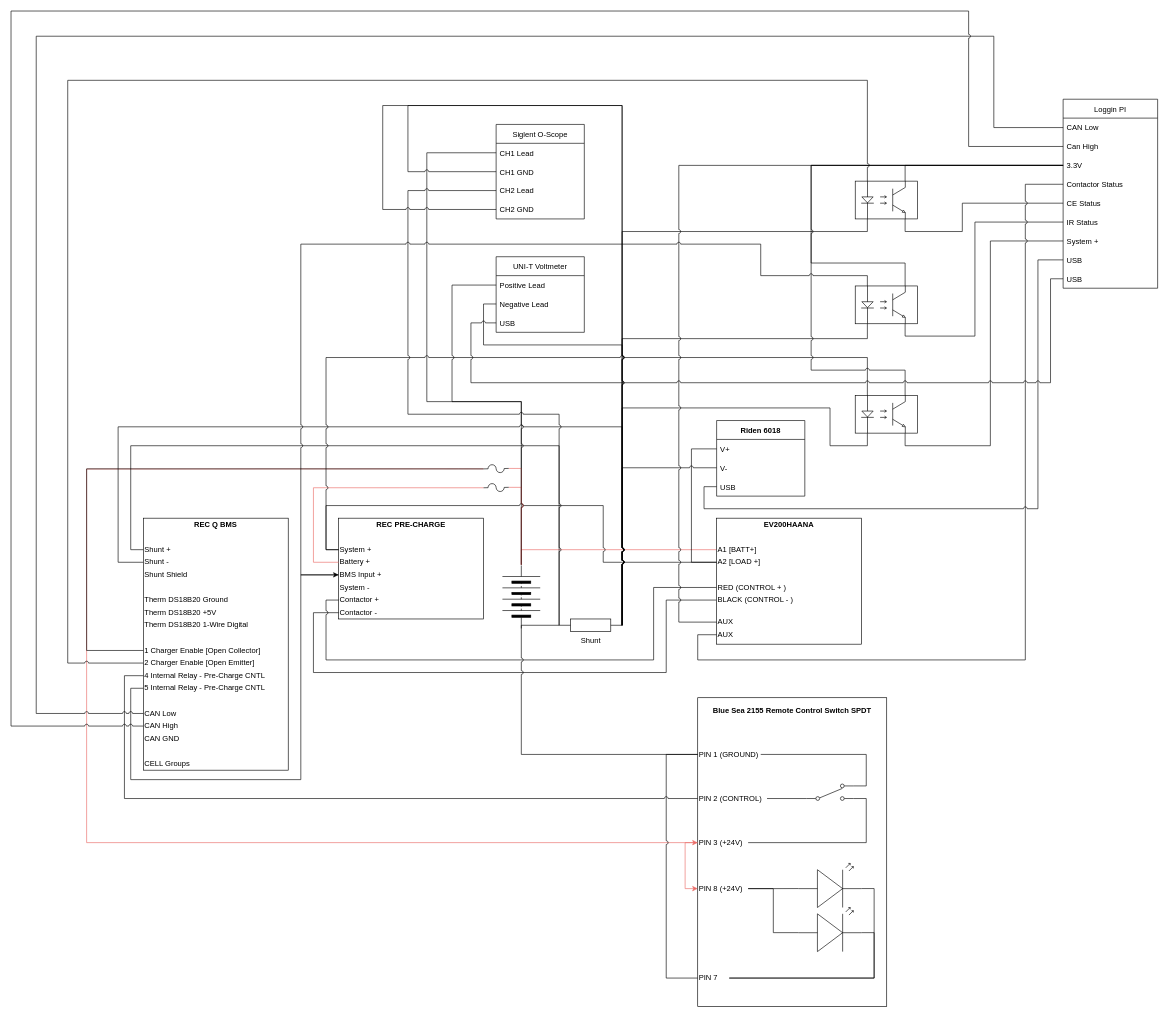
natecostello/van_two_point_oh keeps this draw.io diagram as page "Default" (1 of 2) of blog/2022-2-9-battery-assembly-initial-charge/initial-balance-precharge-wiring.drawio. Above is the earlier version. Source tidied: cells renumbered, new cells numbered last; positions are measured from the earlier drawing's top-left corner, leaving out a move shared by most shapes. Both pictures are drawn from the tidied source at 63%, with x=0, y=0 at pixel (11, 11).
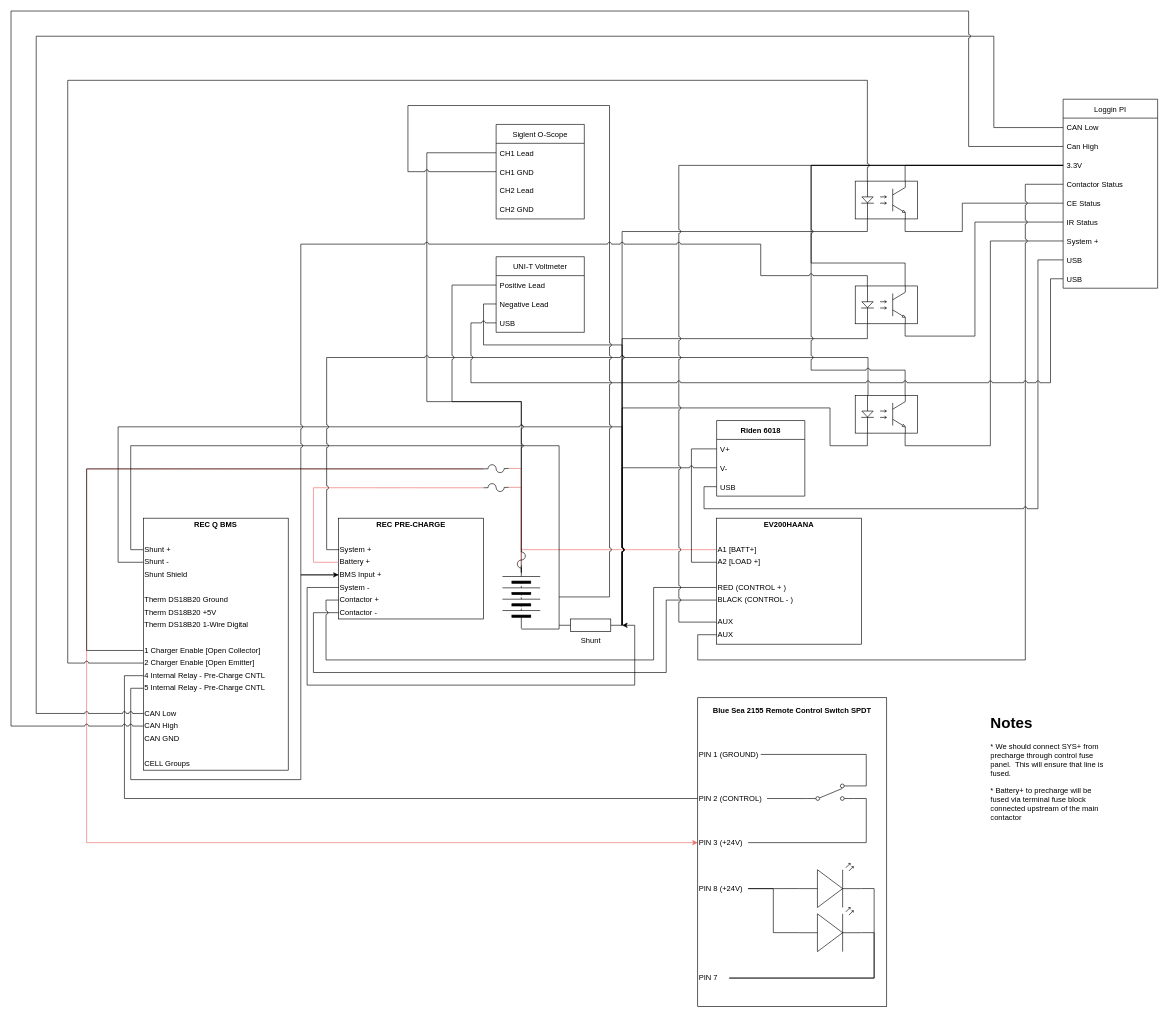
The same diagram, later.

Commit message (it also covers changes not shown here):
updated notes and added flat bracket design

Unchanged cells that the change refers to:
```xml
<mxCell id="6" value="System +" style="text;html=1;strokeColor=none;fillColor=none;align=left;verticalAlign=middle;whiteSpace=wrap;rounded=0;" parent="3" vertex="1">
  <mxGeometry y="40" width="200" height="20" as="geometry" />
</mxCell>
<mxCell id="9" value="System -" style="text;html=1;strokeColor=none;fillColor=none;align=left;verticalAlign=middle;whiteSpace=wrap;rounded=0;" parent="3" vertex="1">
  <mxGeometry y="100" width="200" height="20" as="geometry" />
</mxCell>
<mxCell id="15" style="verticalLabelPosition=bottom;shadow=0;dashed=0;align=center;html=1;verticalAlign=top;shape=mxgraph.electrical.miscellaneous.batteryStack;rotation=-90;perimeterSpacing=1;fillColor=#000000;" parent="1" vertex="1">
  <mxGeometry x="760" y="900" width="100" height="60" as="geometry" />
</mxCell>
<mxCell id="39" value="A1 [BATT+]" style="text;html=1;strokeColor=none;fillColor=none;align=left;verticalAlign=middle;whiteSpace=wrap;rounded=0;" parent="37" vertex="1">
  <mxGeometry y="40" width="200" height="20" as="geometry" />
</mxCell>
<mxCell id="41" value="A2 [LOAD +]" style="text;html=1;strokeColor=none;fillColor=none;align=left;verticalAlign=middle;whiteSpace=wrap;rounded=0;" parent="37" vertex="1">
  <mxGeometry y="60" width="200" height="20" as="geometry" />
</mxCell>
<mxCell id="46" style="group;" parent="1" vertex="1">
  <mxGeometry x="1090" y="1090" width="300" height="490" as="geometry" />
</mxCell>
<mxCell id="53" value="PIN 8 (+24V)" style="text;html=1;strokeColor=none;fillColor=none;align=left;verticalAlign=middle;whiteSpace=wrap;rounded=0;" parent="46" vertex="1">
  <mxGeometry y="293" width="80" height="20" as="geometry" />
</mxCell>
<mxCell id="55" value="PIN 7" style="text;html=1;strokeColor=none;fillColor=none;align=left;verticalAlign=middle;whiteSpace=wrap;rounded=0;" parent="46" vertex="1">
  <mxGeometry y="435" width="50" height="20" as="geometry" />
</mxCell>
<mxCell id="59" value="PIN 3 (+24V)" style="text;html=1;strokeColor=none;fillColor=none;align=left;verticalAlign=middle;whiteSpace=wrap;rounded=0;" parent="46" vertex="1">
  <mxGeometry y="220" width="80" height="20" as="geometry" />
</mxCell>
<mxCell id="63" value="PIN 1 (GROUND)" style="text;html=1;strokeColor=none;fillColor=none;align=left;verticalAlign=middle;whiteSpace=wrap;rounded=0;" parent="46" vertex="1">
  <mxGeometry y="80" width="100" height="20" as="geometry" />
</mxCell>
<mxCell id="71" style="verticalLabelPosition=bottom;shadow=0;dashed=0;align=center;html=1;verticalAlign=top;shape=mxgraph.electrical.miscellaneous.fuse_4;rotation=-181;" parent="1" vertex="1">
  <mxGeometry x="750" y="720" width="40" height="12.8" as="geometry" />
</mxCell>
<mxCell id="81" value="Shunt" style="verticalLabelPosition=bottom;shadow=0;dashed=0;align=center;html=1;verticalAlign=top;shape=mxgraph.electrical.resistors.resistor_1;" parent="1" vertex="1">
  <mxGeometry x="870" y="965" width="100" height="20" as="geometry" />
</mxCell>
<mxCell id="104" style="verticalLabelPosition=bottom;shadow=0;dashed=0;align=center;html=1;verticalAlign=top;shape=mxgraph.electrical.opto_electronics.opto-coupler;" parent="1" vertex="1">
  <mxGeometry x="1340" y="610" width="99" height="60" as="geometry" />
</mxCell>
<mxCell id="112" value="Positive Lead" style="text;strokeColor=none;fillColor=none;align=left;verticalAlign=middle;spacingLeft=4;spacingRight=4;overflow=hidden;points=[[0,0.5],[1,0.5]];portConstraint=eastwest;" parent="111" vertex="1">
  <mxGeometry y="30" width="140" height="30" as="geometry" />
</mxCell>
<mxCell id="120" value="CH1 GND" style="text;strokeColor=none;fillColor=none;align=left;verticalAlign=middle;spacingLeft=4;spacingRight=4;overflow=hidden;points=[[0,0.5],[1,0.5]];portConstraint=eastwest;" parent="118" vertex="1">
  <mxGeometry y="60" width="140" height="30" as="geometry" />
</mxCell>
<mxCell id="121" value="CH2 Lead" style="text;strokeColor=none;fillColor=none;align=left;verticalAlign=middle;spacingLeft=4;spacingRight=4;overflow=hidden;points=[[0,0.5],[1,0.5]];portConstraint=eastwest;" parent="118" vertex="1">
  <mxGeometry y="90" width="140" height="30" as="geometry" />
</mxCell>
<mxCell id="122" value="CH2 GND" style="text;strokeColor=none;fillColor=none;align=left;verticalAlign=middle;spacingLeft=4;spacingRight=4;overflow=hidden;points=[[0,0.5],[1,0.5]];portConstraint=eastwest;" parent="118" vertex="1">
  <mxGeometry y="120" width="140" height="30" as="geometry" />
</mxCell>
```

What changed in the source:
```diff
@@
-    <mxCell id="12" style="edgeStyle=orthogonalEdgeStyle;rounded=0;jettySize=auto;html=1;exitX=1;exitY=0.5;exitDx=0;exitDy=0;entryX=0;entryY=0.5;entryDx=0;entryDy=0;startArrow=none;startFill=0;strokeColor=#EA6B66;endArrow=none;endFill=0;" parent="1" edge="1" source="15" target="39">
+    <mxCell id="12" style="edgeStyle=orthogonalEdgeStyle;rounded=0;jettySize=auto;html=1;exitX=1;exitY=0.5;exitDx=0;exitDy=0;entryX=0;entryY=0.5;entryDx=0;entryDy=0;startArrow=none;startFill=0;strokeColor=#EA6B66;endArrow=none;endFill=0;exitPerimeter=0;" parent="1" edge="1" source="132" target="39">
       <mxGeometry relative="1" as="geometry">
         <Array as="points">
           <mxPoint x="810" y="855" />
         </Array>
       </mxGeometry>
     </mxCell>
@@
-    <mxCell id="16" style="edgeStyle=orthogonalEdgeStyle;rounded=0;jettySize=auto;html=1;exitX=0;exitY=0.5;exitDx=0;exitDy=0;entryX=0;entryY=0.5;entryDx=0;entryDy=0;jumpStyle=arc;endArrow=none;endFill=0;" parent="1" edge="1" source="41" target="6">
-      <mxGeometry relative="1" as="geometry">
-        <Array as="points">
-          <mxPoint x="940" y="875" />
-          <mxPoint x="940" y="785" />
-          <mxPoint x="500" y="785" />
-          <mxPoint x="500" y="855" />
-        </Array>
-      </mxGeometry>
-    </mxCell>
@@
-    <mxCell id="54" style="edgeStyle=orthogonalEdgeStyle;rounded=0;jumpStyle=arc;jettySize=auto;html=1;exitX=0;exitY=0.5;exitDx=0;exitDy=0;entryX=0;entryY=0.5;entryDx=0;entryDy=0;endArrow=none;endFill=0;" parent="46" edge="1" source="55" target="63">
-      <mxGeometry relative="1" as="geometry">
-        <Array as="points">
-          <mxPoint x="-50" y="445" />
-          <mxPoint x="-50" y="90" />
-        </Array>
-      </mxGeometry>
-    </mxCell>
@@
-    <mxCell id="58" style="edgeStyle=orthogonalEdgeStyle;rounded=0;jumpStyle=arc;jettySize=auto;html=1;exitX=0;exitY=0.5;exitDx=0;exitDy=0;entryX=0;entryY=0.5;entryDx=0;entryDy=0;strokeColor=#EA6B66;" parent="46" edge="1" source="59" target="53">
-      <mxGeometry relative="1" as="geometry" />
-    </mxCell>
@@
-    <mxCell id="68" style="edgeStyle=orthogonalEdgeStyle;rounded=0;jumpStyle=arc;jettySize=auto;html=1;exitX=0;exitY=0.5;exitDx=0;exitDy=0;entryX=0;entryY=0.5;entryDx=0;entryDy=0;endArrow=none;endFill=0;" parent="1" edge="1" source="63" target="15">
-      <mxGeometry relative="1" as="geometry" />
-    </mxCell>
-    <mxCell id="69" style="edgeStyle=orthogonalEdgeStyle;rounded=0;jettySize=auto;html=1;exitX=0;exitY=0.5;exitDx=0;exitDy=0;exitPerimeter=0;entryX=1;entryY=0.5;entryDx=0;entryDy=0;strokeColor=#EA6B66;endArrow=none;endFill=0;startArrow=none;startFill=0;jumpStyle=arc;" parent="1" edge="1" source="71" target="15">
+    <mxCell id="69" style="edgeStyle=orthogonalEdgeStyle;rounded=0;jettySize=auto;html=1;exitX=0;exitY=0.5;exitDx=0;exitDy=0;exitPerimeter=0;entryX=1;entryY=0.5;entryDx=0;entryDy=0;strokeColor=#EA6B66;endArrow=none;endFill=0;startArrow=none;startFill=0;jumpStyle=arc;entryPerimeter=0;" parent="1" edge="1" source="71" target="132">
       <mxGeometry relative="1" as="geometry" />
     </mxCell>
@@
     <mxCell id="75" style="edgeStyle=orthogonalEdgeStyle;rounded=0;jettySize=auto;html=1;exitX=0;exitY=0.5;exitDx=0;exitDy=0;exitPerimeter=0;entryX=0;entryY=0.5;entryDx=0;entryDy=0;startArrow=none;startFill=0;endArrow=none;endFill=0;strokeColor=#000000;" parent="1" edge="1" source="81" target="15">
       <mxGeometry relative="1" as="geometry">
         <Array as="points">
-          <mxPoint x="810" y="975" />
+          <mxPoint x="870" y="981" />
         </Array>
       </mxGeometry>
     </mxCell>
@@
-    <mxCell id="105" style="edgeStyle=orthogonalEdgeStyle;rounded=0;jettySize=auto;html=1;exitX=0;exitY=0.5;exitDx=0;exitDy=0;startArrow=none;startFill=0;endArrow=none;endFill=0;strokeColor=#000000;entryX=0.195;entryY=0;entryDx=0;entryDy=0;entryPerimeter=0;jumpStyle=arc;" parent="1" edge="1" source="6" target="104">
+    <mxCell id="105" style="edgeStyle=orthogonalEdgeStyle;rounded=0;orthogonalLoop=1;jettySize=auto;html=1;exitX=0;exitY=0.5;exitDx=0;exitDy=0;startArrow=none;startFill=0;endArrow=none;endFill=0;strokeColor=#000000;entryX=0.195;entryY=0;entryDx=0;entryDy=0;entryPerimeter=0;jumpStyle=arc;" parent="1" edge="1">
       <mxGeometry relative="1" as="geometry">
+        <mxPoint x="521" y="855" as="sourcePoint" />
+        <mxPoint x="1360.3" y="610" as="targetPoint" />
         <Array as="points">
-          <mxPoint x="500" y="855" />
-          <mxPoint x="500" y="550" />
-          <mxPoint x="1359" y="550" />
+          <mxPoint x="501" y="855" />
+          <mxPoint x="501" y="550" />
+          <mxPoint x="1360" y="550" />
         </Array>
       </mxGeometry>
     </mxCell>
@@
-    <mxCell id="115" style="edgeStyle=orthogonalEdgeStyle;rounded=0;jumpStyle=arc;jettySize=auto;html=1;exitX=0;exitY=0.5;exitDx=0;exitDy=0;entryX=1;entryY=0.5;entryDx=0;entryDy=0;startArrow=none;startFill=0;endArrow=none;endFill=0;strokeColor=#000000;" parent="1" edge="1" source="112" target="15">
-      <mxGeometry relative="1" as="geometry">
-        <Array as="points">
-          <mxPoint x="700" y="435" />
-          <mxPoint x="700" y="620" />
-          <mxPoint x="810" y="620" />
-        </Array>
-      </mxGeometry>
+    <mxCell id="115" style="edgeStyle=orthogonalEdgeStyle;rounded=0;jumpStyle=arc;jettySize=auto;html=1;exitX=0;exitY=0.5;exitDx=0;exitDy=0;entryX=1;entryY=0.5;entryDx=0;entryDy=0;startArrow=none;startFill=0;endArrow=none;endFill=0;strokeColor=#000000;" parent="1" edge="1" source="132" target="15">
+      <mxGeometry relative="1" as="geometry" />
     </mxCell>
@@
-    <mxCell id="123" style="edgeStyle=orthogonalEdgeStyle;rounded=0;jumpStyle=arc;jettySize=auto;html=1;exitX=0;exitY=0.5;exitDx=0;exitDy=0;entryX=1;entryY=0.5;entryDx=0;entryDy=0;entryPerimeter=0;startArrow=none;startFill=0;endArrow=none;endFill=0;strokeColor=#000000;" parent="1" edge="1" source="120" target="81">
+    <mxCell id="123" style="edgeStyle=orthogonalEdgeStyle;rounded=0;jumpStyle=arc;jettySize=auto;html=1;exitX=0;exitY=0.5;exitDx=0;exitDy=0;startArrow=none;startFill=0;endArrow=none;endFill=0;strokeColor=#000000;" parent="1" edge="1" source="120">
       <mxGeometry relative="1" as="geometry">
+        <mxPoint x="870" y="930" as="targetPoint" />
         <Array as="points">
           <mxPoint x="630" y="255" />
           <mxPoint x="630" y="150" />
-          <mxPoint x="970" y="150" />
+          <mxPoint x="950" y="150" />
+          <mxPoint x="950" y="930" />
         </Array>
       </mxGeometry>
     </mxCell>
-    <mxCell id="124" style="edgeStyle=orthogonalEdgeStyle;rounded=0;jumpStyle=arc;jettySize=auto;html=1;exitX=0;exitY=0.5;exitDx=0;exitDy=0;entryX=0;entryY=0.5;entryDx=0;entryDy=0;entryPerimeter=0;startArrow=none;startFill=0;endArrow=none;endFill=0;strokeColor=#000000;" parent="1" edge="1" source="121" target="81">
-      <mxGeometry relative="1" as="geometry">
-        <Array as="points">
-          <mxPoint x="630" y="285" />
-          <mxPoint x="630" y="640" />
-          <mxPoint x="870" y="640" />
-        </Array>
-      </mxGeometry>
-    </mxCell>
-    <mxCell id="125" style="edgeStyle=orthogonalEdgeStyle;rounded=0;jumpStyle=arc;jettySize=auto;html=1;exitX=0;exitY=0.5;exitDx=0;exitDy=0;startArrow=none;startFill=0;endArrow=none;endFill=0;strokeColor=#000000;entryX=1;entryY=0.5;entryDx=0;entryDy=0;entryPerimeter=0;" parent="1" edge="1" source="122" target="81">
-      <mxGeometry relative="1" as="geometry">
-        <Array as="points">
-          <mxPoint x="590" y="315" />
-          <mxPoint x="590" y="150" />
-          <mxPoint x="970" y="150" />
-        </Array>
-      </mxGeometry>
-    </mxCell>
@@
+    <mxCell id="130" value="&lt;h1&gt;Notes&lt;/h1&gt;&lt;p&gt;* We should connect SYS+ from precharge through control fuse panel.&amp;nbsp; This will ensure that line is fused.&lt;/p&gt;&lt;p&gt;* Battery+ to precharge will be fused via terminal fuse block connected upstream of the main contactor&lt;/p&gt;" style="text;html=1;strokeColor=none;fillColor=none;spacing=5;spacingTop=-20;whiteSpace=wrap;overflow=hidden;rounded=0;" parent="1" vertex="1">
+      <mxGeometry x="1550" y="1110" width="190" height="350" as="geometry" />
+    </mxCell>
+    <mxCell id="131" style="edgeStyle=orthogonalEdgeStyle;rounded=0;jettySize=auto;html=1;exitX=0;exitY=0.5;exitDx=0;exitDy=0;entryX=1;entryY=0.5;entryDx=0;entryDy=0;entryPerimeter=0;" parent="1" edge="1" source="9" target="81">
+      <mxGeometry relative="1" as="geometry">
+        <Array as="points">
+          <mxPoint x="470" y="915" />
+          <mxPoint x="470" y="1070" />
+          <mxPoint x="990" y="1070" />
+          <mxPoint x="990" y="975" />
+        </Array>
+      </mxGeometry>
+    </mxCell>
+    <mxCell id="132" style="verticalLabelPosition=bottom;shadow=0;dashed=0;align=center;html=1;verticalAlign=top;shape=mxgraph.electrical.miscellaneous.fuse_4;rotation=-90;" parent="1" vertex="1">
+      <mxGeometry x="790" y="865" width="40" height="12.8" as="geometry" />
+    </mxCell>
+    <mxCell id="133" style="edgeStyle=orthogonalEdgeStyle;rounded=0;jumpStyle=arc;jettySize=auto;html=1;exitX=0;exitY=0.5;exitDx=0;exitDy=0;entryX=1;entryY=0.5;entryDx=0;entryDy=0;startArrow=none;startFill=0;endArrow=none;endFill=0;strokeColor=#000000;" parent="1" edge="1" source="112" target="132">
+      <mxGeometry relative="1" as="geometry">
+        <Array as="points">
+          <mxPoint x="700" y="435" />
+          <mxPoint x="700" y="620" />
+          <mxPoint x="810" y="620" />
+        </Array>
+      </mxGeometry>
+    </mxCell>
```
